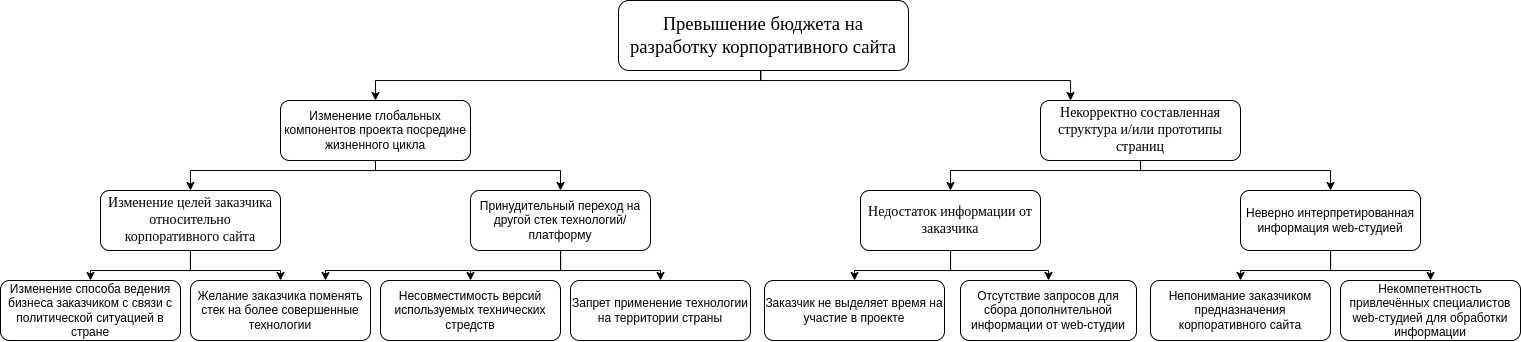
Before: 3 курс/5 семестр/ТСиСА/Курсовая/модели2ч-Дерево причин.drawio.png, a diagram exported from draw.io (Luzinsan/tusur). Source tidied: cells renumbered, new cells last; positions are measured from the earlier drawing's top-left corner, leaving out a move shared by most shapes.
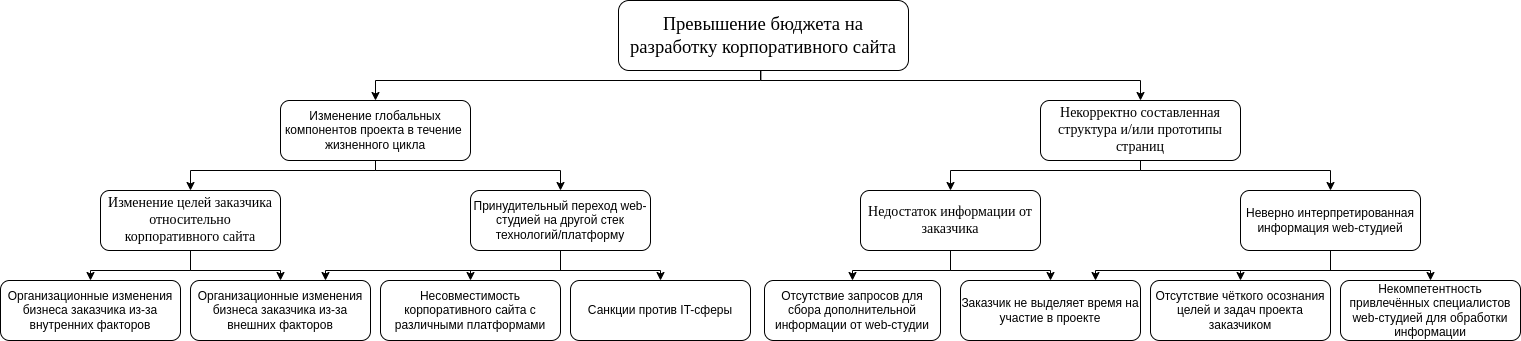
The same diagram one commit later.

Commit message:
ТСиСА (Курсач) - обновление диаграммы в документе

Diff of the diagram source:
```diff
@@ -11,11 +11,11 @@
         </Array>
       </mxGeometry>
     </mxCell>
-    <mxCell id="3" style="edgeStyle=orthogonalEdgeStyle;rounded=0;jettySize=auto;html=1;exitX=0.491;exitY=1.008;exitDx=0;exitDy=0;exitPerimeter=0;" parent="1" edge="1" source="4" target="10">
+    <mxCell id="3" style="edgeStyle=orthogonalEdgeStyle;rounded=0;jettySize=auto;html=1;exitX=0.491;exitY=1.008;exitDx=0;exitDy=0;exitPerimeter=0;entryX=0.5;entryY=0;entryDx=0;entryDy=0;" parent="1" edge="1" source="4" target="10">
       <mxGeometry relative="1" as="geometry">
         <Array as="points">
           <mxPoint x="760" y="80" />
-          <mxPoint x="1070" y="80" />
+          <mxPoint x="1140" y="80" />
         </Array>
       </mxGeometry>
     </mxCell>
@@ -38,7 +38,7 @@
         </Array>
       </mxGeometry>
     </mxCell>
-    <mxCell id="7" value="Изменение глобальных компонентов проекта посредине жизненного цикла" style="rounded=1;whiteSpace=wrap;html=1;" parent="1" vertex="1">
+    <mxCell id="7" value="Изменение глобальных компонентов проекта в течение&amp;nbsp; жизненного цикла" style="rounded=1;whiteSpace=wrap;html=1;" parent="1" vertex="1">
       <mxGeometry x="280" y="100" width="190" height="60" as="geometry" />
     </mxCell>
     <mxCell id="8" style="edgeStyle=orthogonalEdgeStyle;rounded=0;jettySize=auto;html=1;entryX=0.5;entryY=0;entryDx=0;entryDy=0;" parent="1" edge="1" source="10" target="20">
@@ -83,14 +83,14 @@
         </Array>
       </mxGeometry>
     </mxCell>
-    <mxCell id="17" value="Принудительный переход на другой стек технологий/платформу" style="rounded=1;whiteSpace=wrap;html=1;" parent="1" vertex="1">
+    <mxCell id="17" value="Принудительный переход web-студией на другой стек технологий/платформу" style="rounded=1;whiteSpace=wrap;html=1;" parent="1" vertex="1">
       <mxGeometry x="470" y="190" width="180" height="60" as="geometry" />
     </mxCell>
     <mxCell id="18" style="edgeStyle=orthogonalEdgeStyle;rounded=0;jettySize=auto;html=1;entryX=0.5;entryY=0;entryDx=0;entryDy=0;exitX=0.5;exitY=1;exitDx=0;exitDy=0;" parent="1" edge="1" source="20" target="26">
       <mxGeometry relative="1" as="geometry">
         <Array as="points">
           <mxPoint x="950" y="270" />
-          <mxPoint x="854" y="270" />
+          <mxPoint x="1050" y="270" />
         </Array>
       </mxGeometry>
     </mxCell>
@@ -106,31 +106,39 @@
     <mxCell id="22" style="edgeStyle=orthogonalEdgeStyle;rounded=0;jettySize=auto;html=1;" parent="1" edge="1" source="23" target="30">
       <mxGeometry relative="1" as="geometry" />
     </mxCell>
+    <mxCell id="32" style="edgeStyle=orthogonalEdgeStyle;rounded=0;jettySize=auto;html=1;entryX=0.75;entryY=0;entryDx=0;entryDy=0;" parent="1" edge="1" source="23" target="26">
+      <mxGeometry relative="1" as="geometry">
+        <Array as="points">
+          <mxPoint x="1330" y="270" />
+          <mxPoint x="1095" y="270" />
+        </Array>
+      </mxGeometry>
+    </mxCell>
     <mxCell id="23" value="Неверно интерпретированная информация web-студией" style="rounded=1;whiteSpace=wrap;html=1;" parent="1" vertex="1">
       <mxGeometry x="1240" y="190" width="180" height="60" as="geometry" />
     </mxCell>
-    <mxCell id="24" value="Изменение способа ведения бизнеса заказчиком с связи с политической ситуацией в стране" style="rounded=1;whiteSpace=wrap;html=1;" parent="1" vertex="1">
+    <mxCell id="24" value="Организационные изменения бизнеса заказчика из-за внутренних факторов" style="rounded=1;whiteSpace=wrap;html=1;" parent="1" vertex="1">
       <mxGeometry y="280" width="180" height="60" as="geometry" />
     </mxCell>
-    <mxCell id="25" value="Желание заказчика поменять стек на более совершенные технологии" style="rounded=1;whiteSpace=wrap;html=1;" parent="1" vertex="1">
+    <mxCell id="25" value="Организационные изменения бизнеса заказчика из-за внешних факторов" style="rounded=1;whiteSpace=wrap;html=1;" parent="1" vertex="1">
       <mxGeometry x="190" y="280" width="180" height="60" as="geometry" />
     </mxCell>
     <mxCell id="26" value="Заказчик не выделяет время на участие в проекте" style="rounded=1;whiteSpace=wrap;html=1;" parent="1" vertex="1">
-      <mxGeometry x="764" y="280" width="180" height="60" as="geometry" />
+      <mxGeometry x="960" y="280" width="180" height="60" as="geometry" />
     </mxCell>
     <mxCell id="27" value="Отсутствие запросов для сбора дополнительной информации от web-студии" style="rounded=1;whiteSpace=wrap;html=1;" parent="1" vertex="1">
-      <mxGeometry x="960" y="280" width="176" height="60" as="geometry" />
+      <mxGeometry x="764" y="280" width="176" height="60" as="geometry" />
     </mxCell>
-    <mxCell id="28" value="Непонимание заказчиком предназначения корпоративного сайта" style="rounded=1;whiteSpace=wrap;html=1;" parent="1" vertex="1">
+    <mxCell id="28" value="Отсутствие чёткого осознания целей и задач проекта заказчиком" style="rounded=1;whiteSpace=wrap;html=1;" parent="1" vertex="1">
       <mxGeometry x="1150" y="280" width="180" height="60" as="geometry" />
     </mxCell>
-    <mxCell id="29" value="Несовместимость версий используемых технических стредств" style="rounded=1;whiteSpace=wrap;html=1;" parent="1" vertex="1">
+    <mxCell id="29" value="Несовместимость корпоративного сайта с различными платформами" style="rounded=1;whiteSpace=wrap;html=1;" parent="1" vertex="1">
       <mxGeometry x="380" y="280" width="180" height="60" as="geometry" />
     </mxCell>
     <mxCell id="30" value="Некомпетентность привлечённых специалистов web-студией для обработки информации" style="rounded=1;whiteSpace=wrap;html=1;" parent="1" vertex="1">
       <mxGeometry x="1340" y="280" width="180" height="60" as="geometry" />
     </mxCell>
-    <mxCell id="31" value="Запрет применение технологии на территории страны" style="rounded=1;whiteSpace=wrap;html=1;" parent="1" vertex="1">
+    <mxCell id="31" value="Санкции против IT-сферы" style="rounded=1;whiteSpace=wrap;html=1;" parent="1" vertex="1">
       <mxGeometry x="570" y="280" width="180" height="60" as="geometry" />
     </mxCell>
   </root>
```
